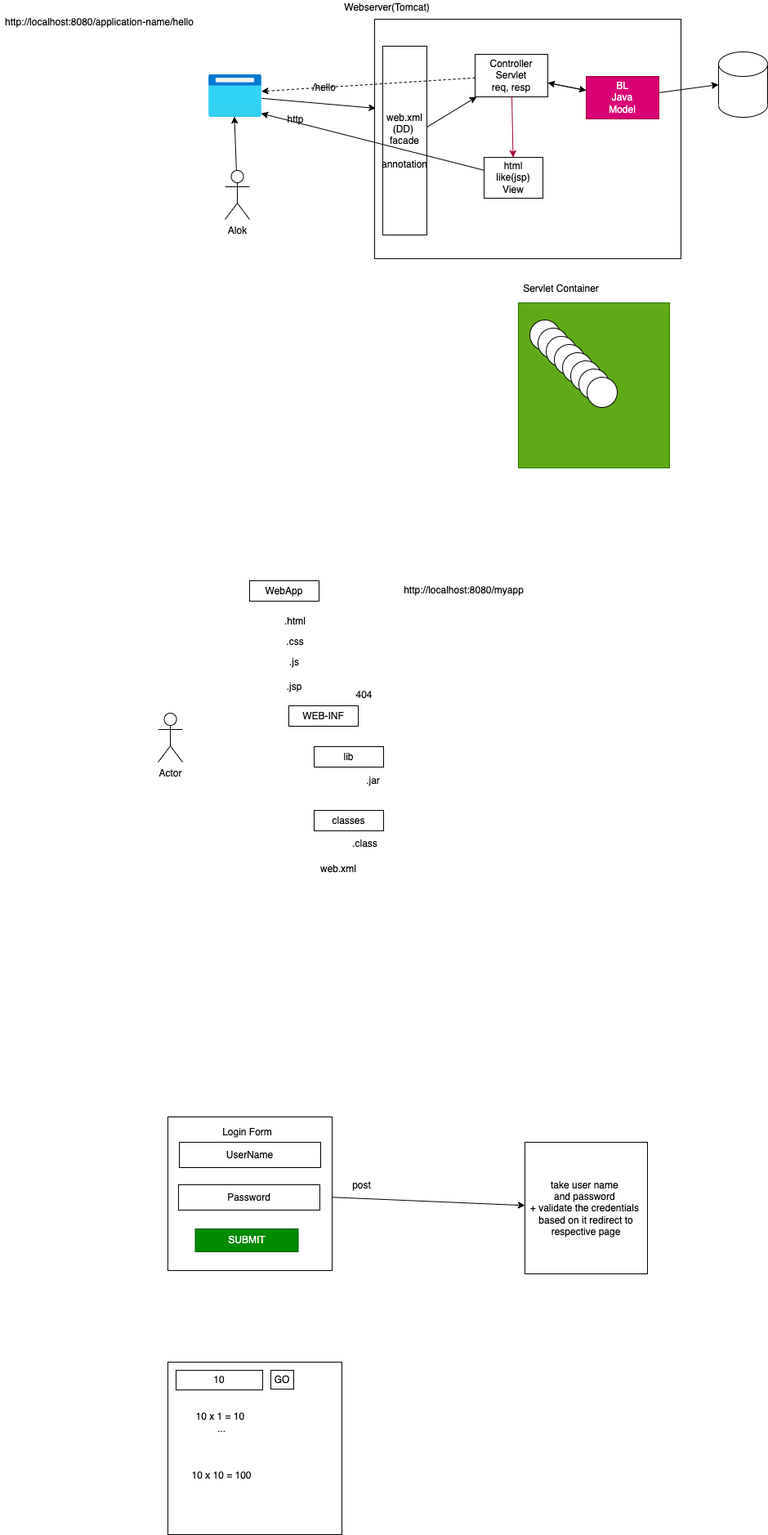
The draw.io diagram images/day11.drawio.png in adithnaveen/2022-jul-asde-jfs-sapient, before a commit. Source tidied: cells renumbered, new cells last; positions are measured from the earlier drawing's top-left corner, leaving out a move shared by most shapes. Its diagram source:
```xml
<mxGraphModel>
  <root>
    <mxCell id="0" />
    <mxCell id="1" parent="0" />
    <mxCell id="2" style="rounded=0;whiteSpace=wrap;html=1;" parent="1" vertex="1">
      <mxGeometry x="458" y="23" width="375" height="293" as="geometry" />
    </mxCell>
    <mxCell id="3" style="edgeStyle=none;html=1;entryX=0;entryY=0.5;entryDx=0;entryDy=0;entryPerimeter=0;" parent="1" edge="1" source="5" target="6">
      <mxGeometry relative="1" as="geometry" />
    </mxCell>
    <mxCell id="4" style="edgeStyle=none;html=1;" parent="1" edge="1" source="5" target="19">
      <mxGeometry relative="1" as="geometry" />
    </mxCell>
    <mxCell id="5" value="BL&lt;br&gt;Java&lt;br&gt;Model" style="rounded=0;whiteSpace=wrap;html=1;fillColor=#d80073;fontColor=#ffffff;strokeColor=#A50040;" parent="1" vertex="1">
      <mxGeometry x="717" y="93" width="89" height="52" as="geometry" />
    </mxCell>
    <mxCell id="6" style="shape=cylinder3;whiteSpace=wrap;html=1;boundedLbl=1;backgroundOutline=1;size=15;" parent="1" vertex="1">
      <mxGeometry x="879" y="63" width="60" height="80" as="geometry" />
    </mxCell>
    <mxCell id="7" style="edgeStyle=none;html=1;" parent="1" edge="1" source="8">
      <mxGeometry relative="1" as="geometry">
        <mxPoint x="459.4" y="132" as="targetPoint" />
      </mxGeometry>
    </mxCell>
    <mxCell id="8" style="html=1;points=[];align=center;image;fontSize=12;image=img/lib/azure2/general/Browser.svg;" parent="1" vertex="1">
      <mxGeometry x="255" y="91" width="65" height="52" as="geometry" />
    </mxCell>
    <mxCell id="9" style="edgeStyle=none;html=1;entryX=0.483;entryY=0.983;entryDx=0;entryDy=0;entryPerimeter=0;" parent="1" edge="1" source="10" target="8">
      <mxGeometry relative="1" as="geometry" />
    </mxCell>
    <mxCell id="10" value="Alok" style="shape=umlActor;verticalLabelPosition=bottom;verticalAlign=top;html=1;outlineConnect=0;" parent="1" vertex="1">
      <mxGeometry x="275" y="208" width="30" height="60" as="geometry" />
    </mxCell>
    <mxCell id="11" value="http" style="text;html=1;align=center;verticalAlign=middle;strokeColor=none;fillColor=none;" parent="1" vertex="1">
      <mxGeometry x="346" y="137" width="30" height="18" as="geometry" />
    </mxCell>
    <mxCell id="12" value="Webserver(Tomcat)" style="text;html=1;align=center;verticalAlign=middle;strokeColor=none;fillColor=none;" parent="1" vertex="1">
      <mxGeometry x="416" width="114" height="18" as="geometry" />
    </mxCell>
    <mxCell id="13" style="edgeStyle=none;html=1;" parent="1" edge="1" source="14" target="19">
      <mxGeometry relative="1" as="geometry" />
    </mxCell>
    <mxCell id="14" value="web.xml&lt;br&gt;(DD)&amp;nbsp;&lt;br&gt;facade&lt;br&gt;&lt;br&gt;annotation" style="rounded=0;whiteSpace=wrap;html=1;" parent="1" vertex="1">
      <mxGeometry x="468" y="56" width="54" height="231" as="geometry" />
    </mxCell>
    <mxCell id="15" value="/hello" style="text;html=1;align=center;verticalAlign=middle;strokeColor=none;fillColor=none;" parent="1" vertex="1">
      <mxGeometry x="376" y="98" width="39" height="18" as="geometry" />
    </mxCell>
    <mxCell id="16" style="edgeStyle=none;html=1;" parent="1" edge="1" source="19" target="5">
      <mxGeometry relative="1" as="geometry" />
    </mxCell>
    <mxCell id="17" style="edgeStyle=none;html=1;fillColor=#d80073;strokeColor=#A50040;" parent="1" edge="1" source="19" target="21">
      <mxGeometry relative="1" as="geometry" />
    </mxCell>
    <mxCell id="18" style="edgeStyle=none;html=1;entryX=0.991;entryY=0.39;entryDx=0;entryDy=0;entryPerimeter=0;dashed=1;" parent="1" edge="1" source="19" target="8">
      <mxGeometry relative="1" as="geometry" />
    </mxCell>
    <mxCell id="19" value="Controller&lt;br&gt;Servlet&lt;br&gt;req, resp" style="rounded=0;whiteSpace=wrap;html=1;" parent="1" vertex="1">
      <mxGeometry x="581" y="66" width="89" height="52" as="geometry" />
    </mxCell>
    <mxCell id="20" style="edgeStyle=none;html=1;entryX=0.986;entryY=0.909;entryDx=0;entryDy=0;entryPerimeter=0;" parent="1" edge="1" source="21" target="8">
      <mxGeometry relative="1" as="geometry" />
    </mxCell>
    <mxCell id="21" value="html&lt;br&gt;like(jsp)&lt;br&gt;View" style="rounded=0;whiteSpace=wrap;html=1;" parent="1" vertex="1">
      <mxGeometry x="592" y="192" width="72" height="50" as="geometry" />
    </mxCell>
    <mxCell id="22" value="http://localhost:8080/application-name/hello" style="text;html=1;align=center;verticalAlign=middle;strokeColor=none;fillColor=none;" parent="1" vertex="1">
      <mxGeometry y="18" width="241" height="18" as="geometry" />
    </mxCell>
    <mxCell id="23" style="rounded=0;whiteSpace=wrap;html=1;fillColor=#60a917;fontColor=#ffffff;strokeColor=#2D7600;" parent="1" vertex="1">
      <mxGeometry x="634" y="370" width="185" height="202" as="geometry" />
    </mxCell>
    <mxCell id="24" value="Servlet Container" style="text;html=1;align=center;verticalAlign=middle;strokeColor=none;fillColor=none;" parent="1" vertex="1">
      <mxGeometry x="634" y="344" width="103" height="18" as="geometry" />
    </mxCell>
    <mxCell id="25" style="ellipse;whiteSpace=wrap;html=1;" parent="1" vertex="1">
      <mxGeometry x="648" y="391" width="37" height="37" as="geometry" />
    </mxCell>
    <mxCell id="26" style="ellipse;whiteSpace=wrap;html=1;" parent="1" vertex="1">
      <mxGeometry x="658" y="401" width="37" height="37" as="geometry" />
    </mxCell>
    <mxCell id="27" style="ellipse;whiteSpace=wrap;html=1;" parent="1" vertex="1">
      <mxGeometry x="668" y="411" width="37" height="37" as="geometry" />
    </mxCell>
    <mxCell id="28" style="ellipse;whiteSpace=wrap;html=1;" parent="1" vertex="1">
      <mxGeometry x="678" y="421" width="37" height="37" as="geometry" />
    </mxCell>
    <mxCell id="29" style="ellipse;whiteSpace=wrap;html=1;" parent="1" vertex="1">
      <mxGeometry x="688" y="431" width="37" height="37" as="geometry" />
    </mxCell>
    <mxCell id="30" style="ellipse;whiteSpace=wrap;html=1;" parent="1" vertex="1">
      <mxGeometry x="698" y="441" width="37" height="37" as="geometry" />
    </mxCell>
    <mxCell id="31" style="ellipse;whiteSpace=wrap;html=1;" parent="1" vertex="1">
      <mxGeometry x="708" y="451" width="37" height="37" as="geometry" />
    </mxCell>
    <mxCell id="32" style="ellipse;whiteSpace=wrap;html=1;" parent="1" vertex="1">
      <mxGeometry x="718" y="461" width="37" height="37" as="geometry" />
    </mxCell>
    <mxCell id="33" value="WebApp" style="rounded=0;whiteSpace=wrap;html=1;" parent="1" vertex="1">
      <mxGeometry x="305" y="710" width="85" height="25" as="geometry" />
    </mxCell>
    <mxCell id="34" value=".html" style="text;html=1;strokeColor=none;fillColor=none;align=center;verticalAlign=middle;whiteSpace=wrap;rounded=0;" parent="1" vertex="1">
      <mxGeometry x="331" y="745" width="60" height="30" as="geometry" />
    </mxCell>
    <mxCell id="35" value=".css" style="text;html=1;strokeColor=none;fillColor=none;align=center;verticalAlign=middle;whiteSpace=wrap;rounded=0;" parent="1" vertex="1">
      <mxGeometry x="331" y="770" width="60" height="30" as="geometry" />
    </mxCell>
    <mxCell id="36" value=".js" style="text;html=1;strokeColor=none;fillColor=none;align=center;verticalAlign=middle;whiteSpace=wrap;rounded=0;" parent="1" vertex="1">
      <mxGeometry x="330" y="795" width="60" height="30" as="geometry" />
    </mxCell>
    <mxCell id="37" value=".jsp" style="text;html=1;strokeColor=none;fillColor=none;align=center;verticalAlign=middle;whiteSpace=wrap;rounded=0;" parent="1" vertex="1">
      <mxGeometry x="330" y="825" width="60" height="30" as="geometry" />
    </mxCell>
    <mxCell id="38" value="WEB-INF" style="rounded=0;whiteSpace=wrap;html=1;" parent="1" vertex="1">
      <mxGeometry x="353" y="863" width="85" height="25" as="geometry" />
    </mxCell>
    <mxCell id="39" value="404" style="text;html=1;align=center;verticalAlign=middle;strokeColor=none;fillColor=none;" parent="1" vertex="1">
      <mxGeometry x="430" y="841" width="30" height="18" as="geometry" />
    </mxCell>
    <mxCell id="40" value="Actor" style="shape=umlActor;verticalLabelPosition=bottom;verticalAlign=top;html=1;" parent="1" vertex="1">
      <mxGeometry x="193" y="872" width="30" height="60" as="geometry" />
    </mxCell>
    <mxCell id="41" value="lib" style="rounded=0;whiteSpace=wrap;html=1;" parent="1" vertex="1">
      <mxGeometry x="384" y="913" width="85" height="25" as="geometry" />
    </mxCell>
    <mxCell id="42" value="classes" style="rounded=0;whiteSpace=wrap;html=1;" parent="1" vertex="1">
      <mxGeometry x="384" y="991" width="85" height="25" as="geometry" />
    </mxCell>
    <mxCell id="43" value="web.xml" style="text;html=1;strokeColor=none;fillColor=none;align=center;verticalAlign=middle;whiteSpace=wrap;rounded=0;" parent="1" vertex="1">
      <mxGeometry x="384" y="1048" width="60" height="30" as="geometry" />
    </mxCell>
    <mxCell id="44" value=".jar" style="text;html=1;align=center;verticalAlign=middle;strokeColor=none;fillColor=none;" parent="1" vertex="1">
      <mxGeometry x="442" y="946" width="27" height="18" as="geometry" />
    </mxCell>
    <mxCell id="45" value=".class" style="text;html=1;align=center;verticalAlign=middle;strokeColor=none;fillColor=none;" parent="1" vertex="1">
      <mxGeometry x="425" y="1023" width="41" height="18" as="geometry" />
    </mxCell>
    <mxCell id="46" value="http://localhost:8080/myapp" style="text;html=1;align=center;verticalAlign=middle;strokeColor=none;fillColor=none;" parent="1" vertex="1">
      <mxGeometry x="488" y="713" width="157" height="18" as="geometry" />
    </mxCell>
    <mxCell id="47" style="edgeStyle=none;html=1;" parent="1" edge="1" source="48" target="54">
      <mxGeometry relative="1" as="geometry" />
    </mxCell>
    <mxCell id="48" style="rounded=0;whiteSpace=wrap;html=1;" parent="1" vertex="1">
      <mxGeometry x="205" y="1366" width="201" height="188" as="geometry" />
    </mxCell>
    <mxCell id="49" value="UserName" style="rounded=0;whiteSpace=wrap;html=1;" parent="1" vertex="1">
      <mxGeometry x="219" y="1397" width="173" height="31" as="geometry" />
    </mxCell>
    <mxCell id="50" value="Login Form" style="text;html=1;align=center;verticalAlign=middle;strokeColor=none;fillColor=none;" parent="1" vertex="1">
      <mxGeometry x="266" y="1376" width="71" height="18" as="geometry" />
    </mxCell>
    <mxCell id="51" value="Password" style="rounded=0;whiteSpace=wrap;html=1;" parent="1" vertex="1">
      <mxGeometry x="218" y="1449" width="173" height="31" as="geometry" />
    </mxCell>
    <mxCell id="52" value="SUBMIT" style="rounded=0;whiteSpace=wrap;html=1;fillColor=#008a00;fontColor=#ffffff;strokeColor=#005700;" parent="1" vertex="1">
      <mxGeometry x="238.5" y="1503" width="126" height="28" as="geometry" />
    </mxCell>
    <mxCell id="53" value="post" style="text;html=1;align=center;verticalAlign=middle;strokeColor=none;fillColor=none;" parent="1" vertex="1">
      <mxGeometry x="425" y="1441" width="33" height="18" as="geometry" />
    </mxCell>
    <mxCell id="54" value="take user name&amp;nbsp;&lt;br&gt;and password&amp;nbsp;&lt;br&gt;+ validate the credentials&amp;nbsp;&lt;br&gt;based on it redirect to respective page" style="rounded=0;whiteSpace=wrap;html=1;" parent="1" vertex="1">
      <mxGeometry x="642" y="1397" width="150" height="161" as="geometry" />
    </mxCell>
    <mxCell id="55" style="rounded=0;whiteSpace=wrap;html=1;" parent="1" vertex="1">
      <mxGeometry x="205" y="1666" width="213" height="211" as="geometry" />
    </mxCell>
    <mxCell id="56" value="10" style="rounded=0;whiteSpace=wrap;html=1;" parent="1" vertex="1">
      <mxGeometry x="215" y="1676" width="106" height="24" as="geometry" />
    </mxCell>
    <mxCell id="57" value="GO" style="rounded=0;whiteSpace=wrap;html=1;" parent="1" vertex="1">
      <mxGeometry x="331" y="1676" width="28" height="23" as="geometry" />
    </mxCell>
    <mxCell id="58" value="10 x 1 = 10&amp;nbsp;&lt;br&gt;...&lt;br&gt;&lt;br&gt;&lt;br&gt;&lt;br&gt;10 x 10 = 100" style="text;html=1;strokeColor=none;fillColor=none;align=center;verticalAlign=middle;whiteSpace=wrap;rounded=0;" parent="1" vertex="1">
      <mxGeometry x="219" y="1713" width="104" height="112" as="geometry" />
    </mxCell>
  </root>
</mxGraphModel>
```
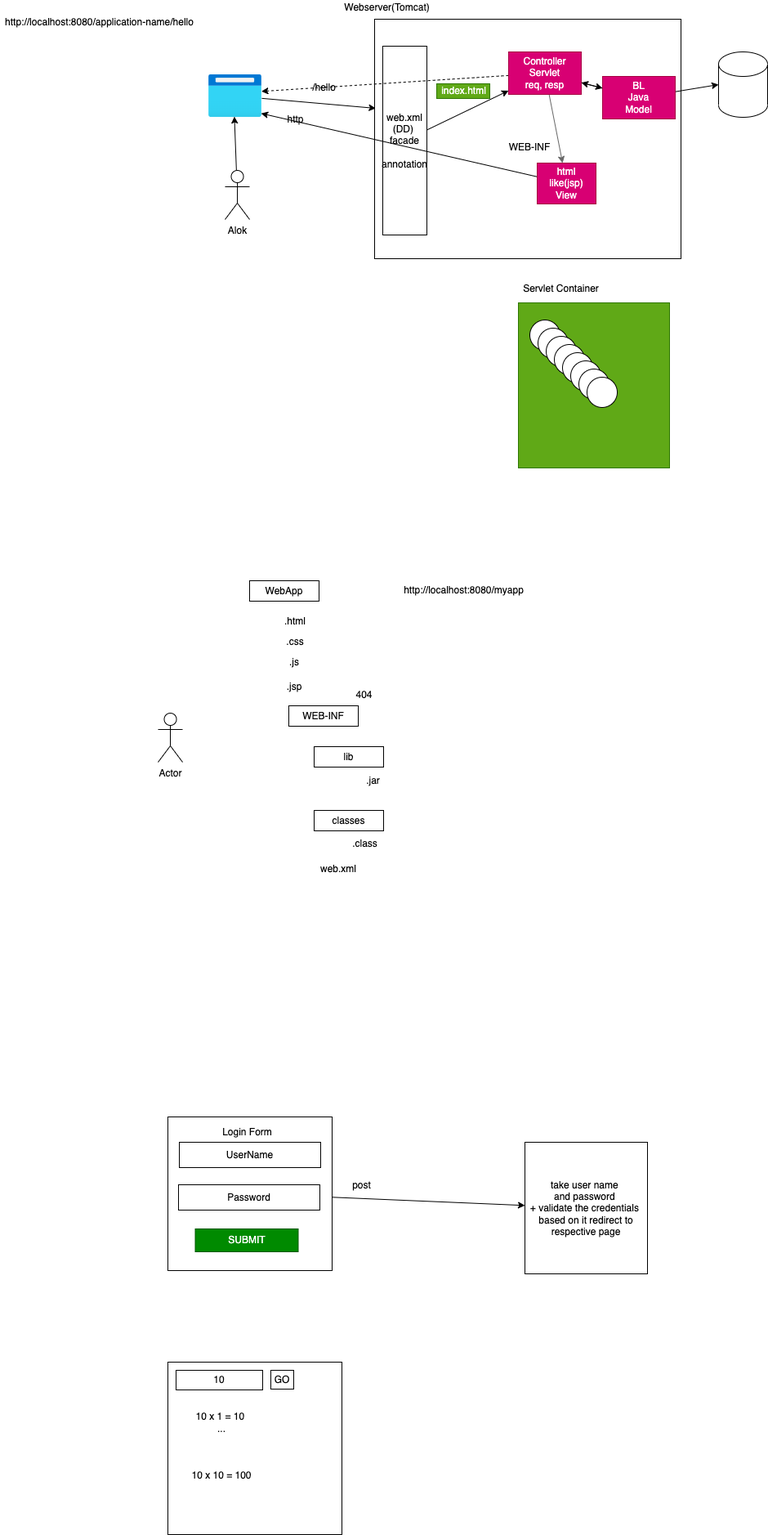
The same file after the commit.

Diff of the diagram source:
```diff
@@ -12,7 +12,7 @@
       <mxGeometry relative="1" as="geometry" />
     </mxCell>
     <mxCell id="5" value="BL&lt;br&gt;Java&lt;br&gt;Model" style="rounded=0;whiteSpace=wrap;html=1;fillColor=#d80073;fontColor=#ffffff;strokeColor=#A50040;" parent="1" vertex="1">
-      <mxGeometry x="717" y="93" width="89" height="52" as="geometry" />
+      <mxGeometry x="737" y="93" width="89" height="52" as="geometry" />
     </mxCell>
     <mxCell id="6" style="shape=cylinder3;whiteSpace=wrap;html=1;boundedLbl=1;backgroundOutline=1;size=15;" parent="1" vertex="1">
       <mxGeometry x="879" y="63" width="60" height="80" as="geometry" />
@@ -49,20 +49,20 @@
     <mxCell id="16" style="edgeStyle=none;html=1;" parent="1" edge="1" source="19" target="5">
       <mxGeometry relative="1" as="geometry" />
     </mxCell>
-    <mxCell id="17" style="edgeStyle=none;html=1;fillColor=#d80073;strokeColor=#A50040;" parent="1" edge="1" source="19" target="21">
+    <mxCell id="17" style="edgeStyle=none;html=1;fillColor=#f5f5f5;strokeColor=#666666;" parent="1" edge="1" source="19" target="21">
       <mxGeometry relative="1" as="geometry" />
     </mxCell>
     <mxCell id="18" style="edgeStyle=none;html=1;entryX=0.991;entryY=0.39;entryDx=0;entryDy=0;entryPerimeter=0;dashed=1;" parent="1" edge="1" source="19" target="8">
       <mxGeometry relative="1" as="geometry" />
     </mxCell>
-    <mxCell id="19" value="Controller&lt;br&gt;Servlet&lt;br&gt;req, resp" style="rounded=0;whiteSpace=wrap;html=1;" parent="1" vertex="1">
-      <mxGeometry x="581" y="66" width="89" height="52" as="geometry" />
+    <mxCell id="19" value="Controller&lt;br&gt;Servlet&lt;br&gt;req, resp" style="rounded=0;whiteSpace=wrap;html=1;fillColor=#d80073;fontColor=#ffffff;strokeColor=#A50040;" parent="1" vertex="1">
+      <mxGeometry x="622" y="63" width="89" height="52" as="geometry" />
     </mxCell>
     <mxCell id="20" style="edgeStyle=none;html=1;entryX=0.986;entryY=0.909;entryDx=0;entryDy=0;entryPerimeter=0;" parent="1" edge="1" source="21" target="8">
       <mxGeometry relative="1" as="geometry" />
     </mxCell>
-    <mxCell id="21" value="html&lt;br&gt;like(jsp)&lt;br&gt;View" style="rounded=0;whiteSpace=wrap;html=1;" parent="1" vertex="1">
-      <mxGeometry x="592" y="192" width="72" height="50" as="geometry" />
+    <mxCell id="21" value="html&lt;br&gt;like(jsp)&lt;br&gt;View" style="rounded=0;whiteSpace=wrap;html=1;fillColor=#d80073;fontColor=#ffffff;strokeColor=#A50040;" parent="1" vertex="1">
+      <mxGeometry x="657" y="199" width="72" height="50" as="geometry" />
     </mxCell>
     <mxCell id="22" value="http://localhost:8080/application-name/hello" style="text;html=1;align=center;verticalAlign=middle;strokeColor=none;fillColor=none;" parent="1" vertex="1">
       <mxGeometry y="18" width="241" height="18" as="geometry" />
@@ -175,5 +175,11 @@
     <mxCell id="58" value="10 x 1 = 10&amp;nbsp;&lt;br&gt;...&lt;br&gt;&lt;br&gt;&lt;br&gt;&lt;br&gt;10 x 10 = 100" style="text;html=1;strokeColor=none;fillColor=none;align=center;verticalAlign=middle;whiteSpace=wrap;rounded=0;" parent="1" vertex="1">
       <mxGeometry x="219" y="1713" width="104" height="112" as="geometry" />
     </mxCell>
+    <mxCell id="59" value="WEB-INF" style="text;html=1;strokeColor=none;fillColor=none;align=center;verticalAlign=middle;whiteSpace=wrap;rounded=0;" parent="1" vertex="1">
+      <mxGeometry x="618" y="165" width="60" height="30" as="geometry" />
+    </mxCell>
+    <mxCell id="60" value="index.html" style="text;html=1;align=center;verticalAlign=middle;strokeColor=#2D7600;fillColor=#60a917;fontColor=#ffffff;" parent="1" vertex="1">
+      <mxGeometry x="534" y="102" width="65" height="18" as="geometry" />
+    </mxCell>
   </root>
 </mxGraphModel>
```
